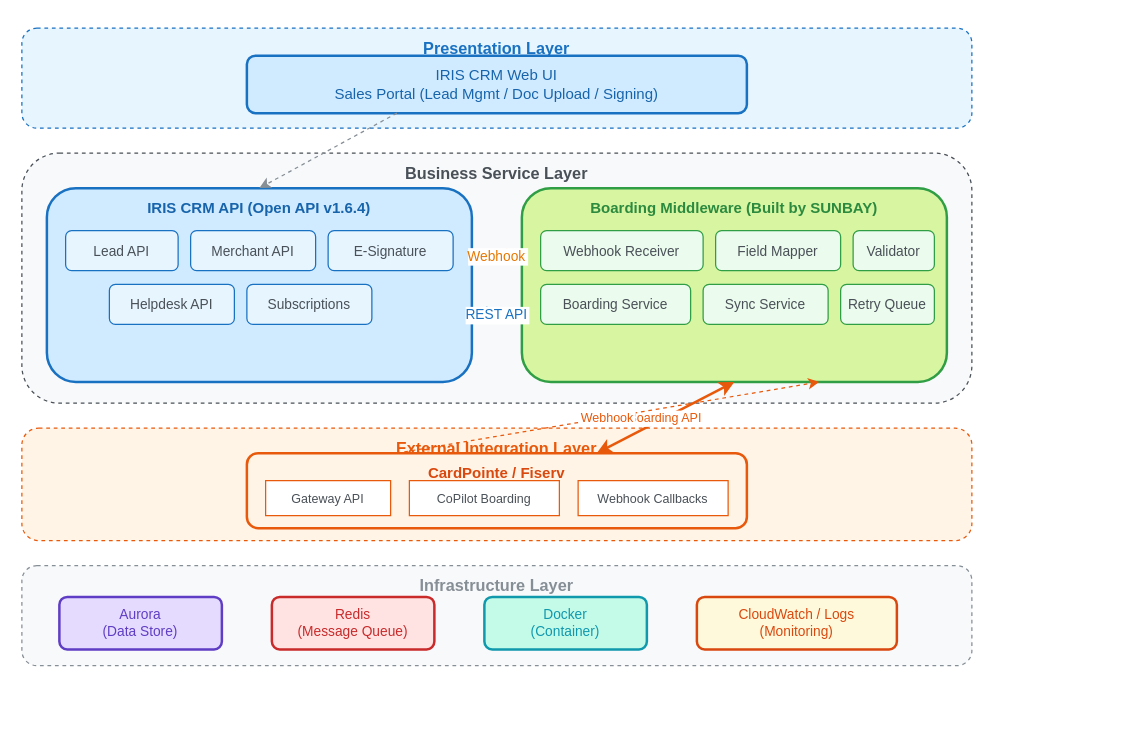
Above: merchantics/SUNBAY-整体方案架构图.drawio in kevinwangl/sunbay-merchantOnboarding (draw.io), before the change. Source tidied: cells renumbered, new cells numbered last; positions are measured from the earlier drawing's top-left corner, leaving out a move shared by most shapes. Both pictures are drawn from the tidied source at 125%, with x=0, y=0 at pixel (21, 28).
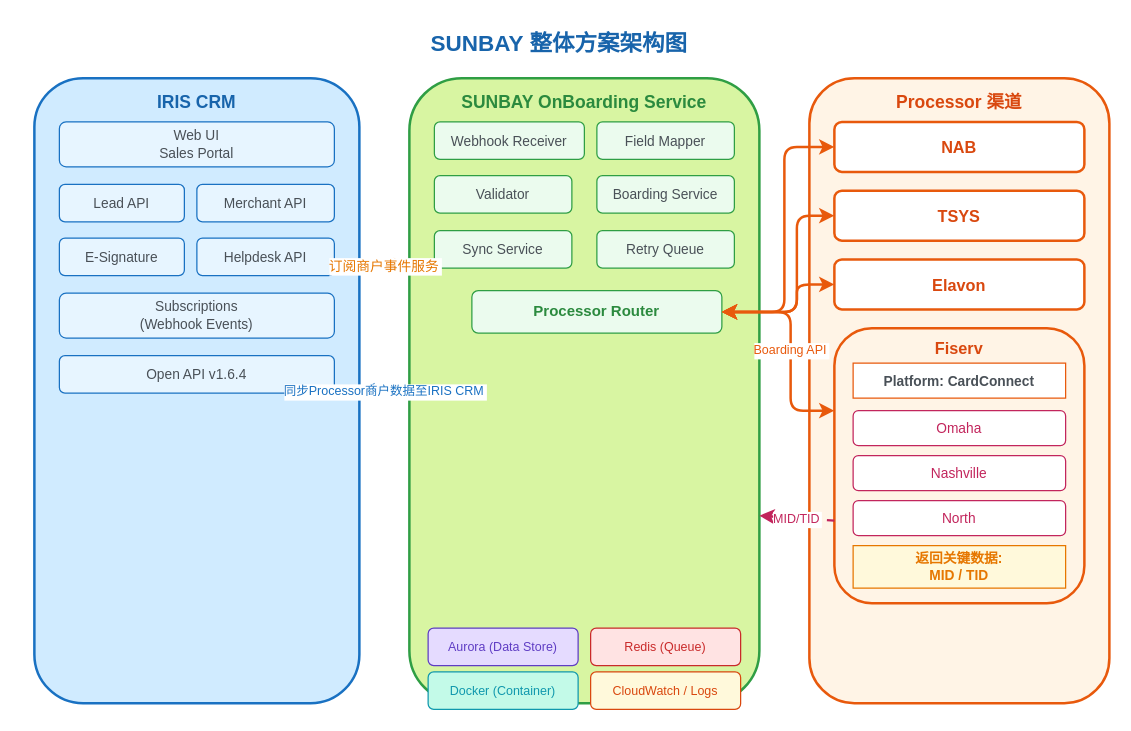
The same page after the edit.

Change to the diagram source:
```diff
@@
+    <mxCell id="33" value="SUNBAY 整体方案架构图" style="text;fontSize=18;fontStyle=1;fontColor=#1864ab;align=center;" parent="1" vertex="1">
+      <mxGeometry x="230" y="-5" width="400" height="30" as="geometry" />
+    </mxCell>
-    <mxCell id="2" value="Presentation Layer" style="rounded=1;fillColor=#e7f5ff;strokeColor=#1971c2;strokeWidth=1;dashed=1;verticalAlign=top;fontStyle=1;fontSize=13;fontColor=#1971c2;spacingTop=2;" parent="1" vertex="1">
-      <mxGeometry width="760" height="80" as="geometry" />
+    <mxCell id="2" value="IRIS CRM" style="rounded=1;fillColor=#d0ebff;strokeColor=#1971c2;strokeWidth=2;verticalAlign=top;fontStyle=1;fontSize=14;fontColor=#1864ab;spacingTop=4;" parent="1" vertex="1">
+      <mxGeometry x="10" y="40" width="260" height="500" as="geometry" />
     </mxCell>
-    <mxCell id="3" value="IRIS CRM Web UI&#10;Sales Portal (Lead Mgmt / Doc Upload / Signing)" style="rounded=1;fillColor=#d0ebff;strokeColor=#1971c2;strokeWidth=2;fontSize=12;fontColor=#1864ab;whiteSpace=wrap;" parent="1" vertex="1">
-      <mxGeometry x="180" y="22" width="400" height="46" as="geometry" />
+    <mxCell id="3" value="Web UI&#10;Sales Portal" style="rounded=1;fillColor=#e7f5ff;strokeColor=#1971c2;fontSize=11;fontColor=#495057;whiteSpace=wrap;" parent="1" vertex="1">
+      <mxGeometry x="30" y="75" width="220" height="36" as="geometry" />
     </mxCell>
+    <mxCell id="34" value="Lead API" style="rounded=1;fillColor=#e7f5ff;strokeColor=#1971c2;fontSize=11;fontColor=#495057;" parent="1" vertex="1">
+      <mxGeometry x="30" y="125" width="100" height="30" as="geometry" />
+    </mxCell>
+    <mxCell id="35" value="Merchant API" style="rounded=1;fillColor=#e7f5ff;strokeColor=#1971c2;fontSize=11;fontColor=#495057;" parent="1" vertex="1">
+      <mxGeometry x="140" y="125" width="110" height="30" as="geometry" />
+    </mxCell>
+    <mxCell id="36" value="E-Signature" style="rounded=1;fillColor=#e7f5ff;strokeColor=#1971c2;fontSize=11;fontColor=#495057;" parent="1" vertex="1">
+      <mxGeometry x="30" y="168" width="100" height="30" as="geometry" />
+    </mxCell>
+    <mxCell id="37" value="Helpdesk API" style="rounded=1;fillColor=#e7f5ff;strokeColor=#1971c2;fontSize=11;fontColor=#495057;" parent="1" vertex="1">
+      <mxGeometry x="140" y="168" width="110" height="30" as="geometry" />
+    </mxCell>
+    <mxCell id="38" value="Subscriptions&#10;(Webhook Events)" style="rounded=1;fillColor=#e7f5ff;strokeColor=#1971c2;fontSize=11;fontColor=#495057;whiteSpace=wrap;" parent="1" vertex="1">
+      <mxGeometry x="30" y="212" width="220" height="36" as="geometry" />
+    </mxCell>
+    <mxCell id="39" value="Open API v1.6.4" style="rounded=1;fillColor=#e7f5ff;strokeColor=#1971c2;fontSize=11;fontColor=#495057;whiteSpace=wrap;" parent="1" vertex="1">
+      <mxGeometry x="30" y="262" width="220" height="30" as="geometry" />
+    </mxCell>
-    <mxCell id="4" value="Business Service Layer" style="rounded=1;fillColor=#f8f9fa;strokeColor=#495057;strokeWidth=1;dashed=1;verticalAlign=top;fontStyle=1;fontSize=13;fontColor=#495057;spacingTop=2;" parent="1" vertex="1">
-      <mxGeometry y="100" width="760" height="200" as="geometry" />
+    <mxCell id="4" value="SUNBAY OnBoarding Service" style="rounded=1;fillColor=#d8f5a2;strokeColor=#2f9e44;strokeWidth=2;verticalAlign=top;fontStyle=1;fontSize=14;fontColor=#2b8a3e;spacingTop=4;" parent="1" vertex="1">
+      <mxGeometry x="310" y="40" width="280" height="500" as="geometry" />
     </mxCell>
-    <mxCell id="5" value="IRIS CRM API (Open API v1.6.4)" style="rounded=1;fillColor=#d0ebff;strokeColor=#1971c2;strokeWidth=2;verticalAlign=top;fontStyle=1;fontSize=12;fontColor=#1864ab;spacingTop=2;" parent="1" vertex="1">
-      <mxGeometry x="20" y="128" width="340" height="155" as="geometry" />
+    <mxCell id="5" value="Webhook Receiver" style="rounded=1;fillColor=#ebfbee;strokeColor=#2f9e44;fontSize=11;fontColor=#495057;" parent="1" vertex="1">
+      <mxGeometry x="330" y="75" width="120" height="30" as="geometry" />
     </mxCell>
-    <mxCell id="6" value="Lead API" style="rounded=1;fillColor=#e7f5ff;strokeColor=#1971c2;fontSize=11;fontColor=#495057;" parent="1" vertex="1">
-      <mxGeometry x="35" y="162" width="90" height="32" as="geometry" />
+    <mxCell id="6" value="Field Mapper" style="rounded=1;fillColor=#ebfbee;strokeColor=#2f9e44;fontSize=11;fontColor=#495057;" parent="1" vertex="1">
+      <mxGeometry x="460" y="75" width="110" height="30" as="geometry" />
     </mxCell>
-    <mxCell id="7" value="Merchant API" style="rounded=1;fillColor=#e7f5ff;strokeColor=#1971c2;fontSize=11;fontColor=#495057;" parent="1" vertex="1">
-      <mxGeometry x="135" y="162" width="100" height="32" as="geometry" />
+    <mxCell id="7" value="Validator" style="rounded=1;fillColor=#ebfbee;strokeColor=#2f9e44;fontSize=11;fontColor=#495057;" parent="1" vertex="1">
+      <mxGeometry x="330" y="118" width="110" height="30" as="geometry" />
     </mxCell>
-    <mxCell id="8" value="E-Signature" style="rounded=1;fillColor=#e7f5ff;strokeColor=#1971c2;fontSize=11;fontColor=#495057;" parent="1" vertex="1">
-      <mxGeometry x="245" y="162" width="100" height="32" as="geometry" />
+    <mxCell id="8" value="Boarding Service" style="rounded=1;fillColor=#ebfbee;strokeColor=#2f9e44;fontSize=11;fontColor=#495057;" parent="1" vertex="1">
+      <mxGeometry x="460" y="118" width="110" height="30" as="geometry" />
     </mxCell>
-    <mxCell id="9" value="Helpdesk API" style="rounded=1;fillColor=#e7f5ff;strokeColor=#1971c2;fontSize=11;fontColor=#495057;" parent="1" vertex="1">
-      <mxGeometry x="70" y="205" width="100" height="32" as="geometry" />
+    <mxCell id="9" value="Sync Service" style="rounded=1;fillColor=#ebfbee;strokeColor=#2f9e44;fontSize=11;fontColor=#495057;" parent="1" vertex="1">
+      <mxGeometry x="330" y="162" width="110" height="30" as="geometry" />
     </mxCell>
-    <mxCell id="10" value="Subscriptions" style="rounded=1;fillColor=#e7f5ff;strokeColor=#1971c2;fontSize=11;fontColor=#495057;" parent="1" vertex="1">
-      <mxGeometry x="180" y="205" width="100" height="32" as="geometry" />
+    <mxCell id="10" value="Retry Queue" style="rounded=1;fillColor=#ebfbee;strokeColor=#2f9e44;fontSize=11;fontColor=#495057;" parent="1" vertex="1">
+      <mxGeometry x="460" y="162" width="110" height="30" as="geometry" />
     </mxCell>
+    <mxCell id="40" value="Processor Router" style="rounded=1;fillColor=#ebfbee;strokeColor=#2f9e44;fontSize=12;fontColor=#2b8a3e;fontStyle=1;whiteSpace=wrap;" parent="1" vertex="1">
+      <mxGeometry x="360" y="210" width="200" height="34" as="geometry" />
+    </mxCell>
+    <mxCell id="29" value="Aurora (Data Store)" style="rounded=1;fillColor=#e5dbff;strokeColor=#5f3dc4;strokeWidth=1;fontSize=10;fontColor=#5f3dc4;whiteSpace=wrap;" parent="1" vertex="1">
+      <mxGeometry x="325" y="480" width="120" height="30" as="geometry" />
+    </mxCell>
+    <mxCell id="41" value="Redis (Queue)" style="rounded=1;fillColor=#ffe3e3;strokeColor=#c92a2a;strokeWidth=1;fontSize=10;fontColor=#c92a2a;whiteSpace=wrap;" parent="1" vertex="1">
+      <mxGeometry x="455" y="480" width="120" height="30" as="geometry" />
+    </mxCell>
-    <mxCell id="11" value="Boarding Middleware (Built by SUNBAY)" style="rounded=1;fillColor=#d8f5a2;strokeColor=#2f9e44;strokeWidth=2;verticalAlign=top;fontStyle=1;fontSize=12;fontColor=#2b8a3e;spacingTop=2;" parent="1" vertex="1">
-      <mxGeometry x="400" y="128" width="340" height="155" as="geometry" />
+    <mxCell id="11" value="Docker (Container)" style="rounded=1;fillColor=#c3fae8;strokeColor=#1098ad;strokeWidth=1;fontSize=10;fontColor=#1098ad;whiteSpace=wrap;" parent="1" vertex="1">
+      <mxGeometry x="325" y="515" width="120" height="30" as="geometry" />
     </mxCell>
-    <mxCell id="12" value="Webhook Receiver" style="rounded=1;fillColor=#ebfbee;strokeColor=#2f9e44;fontSize=11;fontColor=#495057;" parent="1" vertex="1">
-      <mxGeometry x="415" y="162" width="130" height="32" as="geometry" />
+    <mxCell id="12" value="CloudWatch / Logs" style="rounded=1;fillColor=#fff9db;strokeColor=#d9480f;strokeWidth=1;fontSize=10;fontColor=#d9480f;whiteSpace=wrap;" parent="1" vertex="1">
+      <mxGeometry x="455" y="515" width="120" height="30" as="geometry" />
     </mxCell>
-    <mxCell id="13" value="Field Mapper" style="rounded=1;fillColor=#ebfbee;strokeColor=#2f9e44;fontSize=11;fontColor=#495057;" parent="1" vertex="1">
-      <mxGeometry x="555" y="162" width="100" height="32" as="geometry" />
-    </mxCell>
-    <mxCell id="14" value="Validator" style="rounded=1;fillColor=#ebfbee;strokeColor=#2f9e44;fontSize=11;fontColor=#495057;" parent="1" vertex="1">
-      <mxGeometry x="665" y="162" width="65" height="32" as="geometry" />
-    </mxCell>
-    <mxCell id="15" value="Boarding Service" style="rounded=1;fillColor=#ebfbee;strokeColor=#2f9e44;fontSize=11;fontColor=#495057;" parent="1" vertex="1">
-      <mxGeometry x="415" y="205" width="120" height="32" as="geometry" />
-    </mxCell>
-    <mxCell id="16" value="Sync Service" style="rounded=1;fillColor=#ebfbee;strokeColor=#2f9e44;fontSize=11;fontColor=#495057;" parent="1" vertex="1">
-      <mxGeometry x="545" y="205" width="100" height="32" as="geometry" />
-    </mxCell>
-    <mxCell id="17" value="Retry Queue" style="rounded=1;fillColor=#ebfbee;strokeColor=#2f9e44;fontSize=11;fontColor=#495057;" parent="1" vertex="1">
-      <mxGeometry x="655" y="205" width="75" height="32" as="geometry" />
-    </mxCell>
-    <mxCell id="18" value="Webhook" style="endArrow=classic;strokeColor=#e67700;strokeWidth=2;fontSize=11;fontColor=#e67700;exitX=1;exitY=0.35;exitDx=0;exitDy=0;entryX=0;entryY=0.35;entryDx=0;entryDy=0;" parent="1" edge="1" source="5" target="11">
-      <mxGeometry relative="1" as="geometry" />
-    </mxCell>
-    <mxCell id="19" value="REST API" style="endArrow=classic;strokeColor=#1971c2;strokeWidth=2;fontSize=11;fontColor=#1971c2;exitX=0;exitY=0.65;exitDx=0;exitDy=0;entryX=1;entryY=0.65;entryDx=0;entryDy=0;" parent="1" edge="1" source="11" target="5">
-      <mxGeometry relative="1" as="geometry" />
-    </mxCell>
-    <mxCell id="20" style="endArrow=classic;dashed=1;strokeColor=#868e96;exitX=0.3;exitY=1;exitDx=0;exitDy=0;entryX=0.5;entryY=0;entryDx=0;entryDy=0;" parent="1" edge="1" source="3" target="5">
-      <mxGeometry relative="1" as="geometry" />
-    </mxCell>
-    <mxCell id="21" value="External Integration Layer" style="rounded=1;fillColor=#fff4e6;strokeColor=#e8590c;strokeWidth=1;dashed=1;verticalAlign=top;fontStyle=1;fontSize=13;fontColor=#e8590c;spacingTop=2;" parent="1" vertex="1">
-      <mxGeometry y="320" width="760" height="90" as="geometry" />
+    <mxCell id="21" value="Processor 渠道" style="rounded=1;fillColor=#fff4e6;strokeColor=#e8590c;strokeWidth=2;verticalAlign=top;fontStyle=1;fontSize=14;fontColor=#d9480f;spacingTop=4;" parent="1" vertex="1">
+      <mxGeometry x="630" y="40" width="240" height="500" as="geometry" />
     </mxCell>
-    <mxCell id="22" value="CardPointe / Fiserv" style="rounded=1;fillColor=#fff4e6;strokeColor=#e8590c;strokeWidth=2;verticalAlign=top;fontStyle=1;fontSize=12;fontColor=#d9480f;spacingTop=2;" parent="1" vertex="1">
-      <mxGeometry x="180" y="340" width="400" height="60" as="geometry" />
+    <mxCell id="22" value="NAB" style="rounded=1;fillColor=#fff;strokeColor=#e8590c;strokeWidth=2;fontSize=13;fontColor=#d9480f;fontStyle=1;" parent="1" vertex="1">
+      <mxGeometry x="650" y="75" width="200" height="40" as="geometry" />
     </mxCell>
-    <mxCell id="23" value="Gateway API" style="rounded=0;fillColor=#fff;strokeColor=#e8590c;fontSize=10;fontColor=#495057;" parent="1" vertex="1">
-      <mxGeometry x="195" y="362" width="100" height="28" as="geometry" />
+    <mxCell id="23" value="TSYS" style="rounded=1;fillColor=#fff;strokeColor=#e8590c;strokeWidth=2;fontSize=13;fontColor=#d9480f;fontStyle=1;" parent="1" vertex="1">
+      <mxGeometry x="650" y="130" width="200" height="40" as="geometry" />
     </mxCell>
-    <mxCell id="24" value="CoPilot Boarding" style="rounded=0;fillColor=#fff;strokeColor=#e8590c;fontSize=10;fontColor=#495057;" parent="1" vertex="1">
-      <mxGeometry x="310" y="362" width="120" height="28" as="geometry" />
+    <mxCell id="24" value="Elavon" style="rounded=1;fillColor=#fff;strokeColor=#e8590c;strokeWidth=2;fontSize=13;fontColor=#d9480f;fontStyle=1;" parent="1" vertex="1">
+      <mxGeometry x="650" y="185" width="200" height="40" as="geometry" />
     </mxCell>
-    <mxCell id="25" value="Webhook Callbacks" style="rounded=0;fillColor=#fff;strokeColor=#e8590c;fontSize=10;fontColor=#495057;" parent="1" vertex="1">
-      <mxGeometry x="445" y="362" width="120" height="28" as="geometry" />
+    <mxCell id="25" value="Fiserv" style="rounded=1;fillColor=#fff4e6;strokeColor=#e8590c;strokeWidth=2;verticalAlign=top;fontStyle=1;fontSize=13;fontColor=#d9480f;spacingTop=2;" parent="1" vertex="1">
+      <mxGeometry x="650" y="240" width="200" height="220" as="geometry" />
     </mxCell>
-    <mxCell id="26" value="Boarding API" style="endArrow=classic;startArrow=classic;strokeColor=#e8590c;strokeWidth=2;fontSize=10;fontColor=#e8590c;exitX=0.5;exitY=1;exitDx=0;exitDy=0;entryX=0.7;entryY=0;entryDx=0;entryDy=0;" parent="1" edge="1" source="11" target="22">
-      <mxGeometry relative="1" as="geometry" />
+    <mxCell id="26" value="Platform: CardConnect" style="rounded=0;fillColor=#fff;strokeColor=#e8590c;fontSize=11;fontColor=#495057;fontStyle=1;" parent="1" vertex="1">
+      <mxGeometry x="665" y="268" width="170" height="28" as="geometry" />
     </mxCell>
-    <mxCell id="27" value="Webhook" style="endArrow=classic;strokeColor=#e8590c;strokeWidth=1;dashed=1;fontSize=10;fontColor=#e8590c;exitX=0.3;exitY=0;exitDx=0;exitDy=0;entryX=0.7;entryY=1;entryDx=0;entryDy=0;" parent="1" edge="1" source="22" target="11">
-      <mxGeometry relative="1" as="geometry" />
+    <mxCell id="27" value="Omaha" style="rounded=1;fillColor=#fff;strokeColor=#c2255c;fontSize=11;fontColor=#c2255c;" parent="1" vertex="1">
+      <mxGeometry x="665" y="306" width="170" height="28" as="geometry" />
     </mxCell>
-    <mxCell id="28" value="Infrastructure Layer" style="rounded=1;fillColor=#f8f9fa;strokeColor=#868e96;strokeWidth=1;dashed=1;verticalAlign=top;fontStyle=1;fontSize=13;fontColor=#868e96;spacingTop=2;" parent="1" vertex="1">
-      <mxGeometry y="430" width="760" height="80" as="geometry" />
-    </mxCell>
-    <mxCell id="29" value="Aurora&#10;(Data Store)" style="rounded=1;fillColor=#e5dbff;strokeColor=#5f3dc4;strokeWidth=2;fontSize=11;fontColor=#5f3dc4;whiteSpace=wrap;" parent="1" vertex="1">
-      <mxGeometry x="30" y="455" width="130" height="42" as="geometry" />
-    </mxCell>
-    <mxCell id="30" value="Redis&#10;(Message Queue)" style="rounded=1;fillColor=#ffe3e3;strokeColor=#c92a2a;strokeWidth=2;fontSize=11;fontColor=#c92a2a;whiteSpace=wrap;" parent="1" vertex="1">
-      <mxGeometry x="200" y="455" width="130" height="42" as="geometry" />
-    </mxCell>
-    <mxCell id="31" value="Docker&#10;(Container)" style="rounded=1;fillColor=#c3fae8;strokeColor=#1098ad;strokeWidth=2;fontSize=11;fontColor=#1098ad;whiteSpace=wrap;" parent="1" vertex="1">
-      <mxGeometry x="370" y="455" width="130" height="42" as="geometry" />
-    </mxCell>
-    <mxCell id="32" value="CloudWatch / Logs&#10;(Monitoring)" style="rounded=1;fillColor=#fff9db;strokeColor=#d9480f;strokeWidth=2;fontSize=11;fontColor=#d9480f;whiteSpace=wrap;" parent="1" vertex="1">
-      <mxGeometry x="540" y="455" width="160" height="42" as="geometry" />
-    </mxCell>
+    <mxCell id="42" value="Nashville" style="rounded=1;fillColor=#fff;strokeColor=#c2255c;fontSize=11;fontColor=#c2255c;" parent="1" vertex="1">
+      <mxGeometry x="665" y="342" width="170" height="28" as="geometry" />
+    </mxCell>
+    <mxCell id="43" value="North" style="rounded=1;fillColor=#fff;strokeColor=#c2255c;fontSize=11;fontColor=#c2255c;" parent="1" vertex="1">
+      <mxGeometry x="665" y="378" width="170" height="28" as="geometry" />
+    </mxCell>
+    <mxCell id="44" value="返回关键数据:&#10;MID / TID" style="rounded=0;fillColor=#fff9db;strokeColor=#e67700;fontSize=11;fontColor=#e67700;fontStyle=1;whiteSpace=wrap;" parent="1" vertex="1">
+      <mxGeometry x="665" y="414" width="170" height="34" as="geometry" />
+    </mxCell>
+    <mxCell id="45" value="订阅商户事件服务" style="endArrow=classic;strokeColor=#e67700;strokeWidth=2;fontSize=11;fontColor=#e67700;exitX=1;exitY=0.3;exitDx=0;exitDy=0;entryX=0;entryY=0.3;entryDx=0;entryDy=0;" parent="1" edge="1" source="2" target="4">
+      <mxGeometry relative="1" as="geometry" />
+    </mxCell>
+    <mxCell id="46" value="同步Processor商户数据至IRIS CRM" style="endArrow=classic;strokeColor=#1971c2;strokeWidth=2;fontSize=10;fontColor=#1971c2;exitX=0;exitY=0.5;exitDx=0;exitDy=0;entryX=1;entryY=0.5;entryDx=0;entryDy=0;" parent="1" edge="1" source="4" target="2">
+      <mxGeometry relative="1" as="geometry" />
+    </mxCell>
+    <mxCell id="47" style="endArrow=classic;startArrow=classic;strokeColor=#e8590c;strokeWidth=2;exitX=1;exitY=0.5;exitDx=0;exitDy=0;entryX=0;entryY=0.5;entryDx=0;entryDy=0;" parent="1" edge="1" source="40" target="22">
+      <mxGeometry relative="1" as="geometry">
+        <Array as="points">
+          <mxPoint x="610" y="227" />
+          <mxPoint x="610" y="95" />
+        </Array>
+      </mxGeometry>
+    </mxCell>
+    <mxCell id="48" style="endArrow=classic;startArrow=classic;strokeColor=#e8590c;strokeWidth=2;exitX=1;exitY=0.5;exitDx=0;exitDy=0;entryX=0;entryY=0.5;entryDx=0;entryDy=0;" parent="1" edge="1" source="40" target="23">
+      <mxGeometry relative="1" as="geometry">
+        <Array as="points">
+          <mxPoint x="620" y="227" />
+          <mxPoint x="620" y="150" />
+        </Array>
+      </mxGeometry>
+    </mxCell>
+    <mxCell id="49" style="endArrow=classic;startArrow=classic;strokeColor=#e8590c;strokeWidth=2;exitX=1;exitY=0.5;exitDx=0;exitDy=0;entryX=0;entryY=0.5;entryDx=0;entryDy=0;" parent="1" edge="1" source="40" target="24">
+      <mxGeometry relative="1" as="geometry">
+        <Array as="points">
+          <mxPoint x="620" y="227" />
+          <mxPoint x="620" y="205" />
+        </Array>
+      </mxGeometry>
+    </mxCell>
+    <mxCell id="50" value="Boarding API" style="endArrow=classic;startArrow=classic;strokeColor=#e8590c;strokeWidth=2;fontSize=10;fontColor=#e8590c;exitX=1;exitY=0.5;exitDx=0;exitDy=0;entryX=0;entryY=0.3;entryDx=0;entryDy=0;" parent="1" edge="1" source="40" target="25">
+      <mxGeometry relative="1" as="geometry">
+        <Array as="points">
+          <mxPoint x="615" y="227" />
+          <mxPoint x="615" y="306" />
+        </Array>
+      </mxGeometry>
+    </mxCell>
+    <mxCell id="51" value="MID/TID" style="endArrow=classic;strokeColor=#c2255c;strokeWidth=2;dashed=1;fontSize=10;fontColor=#c2255c;exitX=0;exitY=0.7;exitDx=0;exitDy=0;entryX=1;entryY=0.7;entryDx=0;entryDy=0;" parent="1" edge="1" source="25" target="4">
+      <mxGeometry relative="1" as="geometry" />
+    </mxCell>
```
